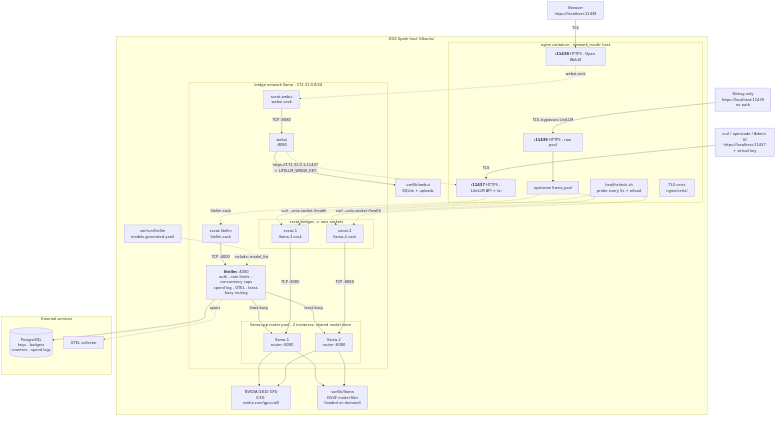
This is docs/diagrams/architecture.png from SpotDraft/llamacpp-serve, a Mermaid export, as it was before one commit. Its source is kept beside it as docs/diagrams/architecture.mmd.
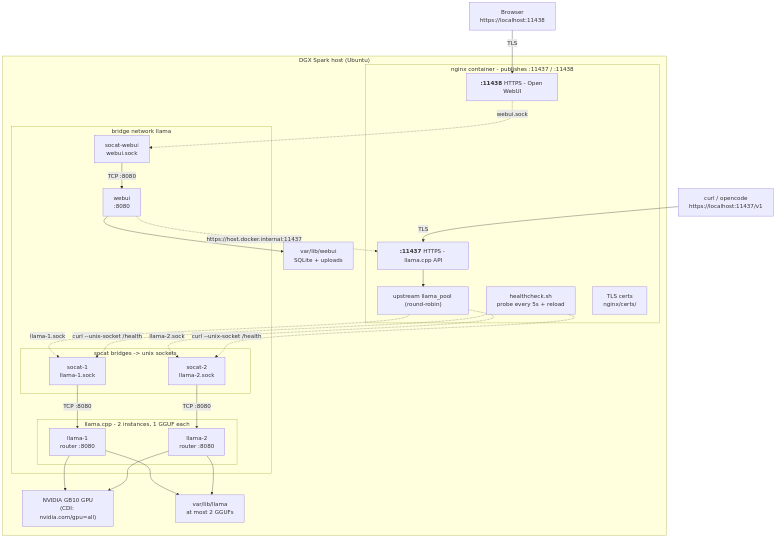
Later version of the same file.

What changed in the source:
```diff
@@ -1,68 +1,46 @@
 flowchart TD
-    CLI1["curl / opencode / Admin UI<br/>https://localhost:11437<br/>+ virtual key"]
+    CLI1["curl / opencode<br/>https://localhost:11437/v1"]
     CLI2["Browser<br/>https://localhost:11438"]
-    CLI3["Debug only<br/>https://localhost:11439<br/>no auth"]
 
     subgraph HOST["DGX Spark host (Ubuntu)"]
-        subgraph NGX["nginx container - network_mode: host"]
-            LS11437["<b>:11437</b> HTTPS - LiteLLM API + /ui"]
+        subgraph NGX["nginx container - publishes :11437 / :11438"]
+            LS11437["<b>:11437</b> HTTPS - llama.cpp API"]
             LS11438["<b>:11438</b> HTTPS - Open WebUI"]
-            LS11439["<b>:11439</b> HTTPS - raw pool"]
-            UP["upstream llama_pool"]
+            UP["upstream llama_pool (round-robin)"]
             HK["healthcheck.sh<br/>probe every 5s + reload"]
             CERTS["TLS certs<br/>nginx/certs/"]
         end
 
-        subgraph NET["bridge network llama - 172.31.0.0/24"]
-            SL["socat-litellm<br/>litellm.sock"]
-            LL["<b>litellm</b> :4000<br/>auth - rate limits - concurrency caps<br/>spend log - OTEL - least-busy routing"]
+        subgraph NET["bridge network llama"]
+            subgraph POOL["llama.cpp - 2 instances, 1 GGUF each"]
+                L1["llama-1<br/>router :8080"]
+                L2["llama-2<br/>router :8080"]
+            end
             subgraph SOC["socat bridges -> unix sockets"]
                 S1["socat-1<br/>llama-1.sock"]
                 S2["socat-2<br/>llama-2.sock"]
-            end
-            subgraph POOL["llama.cpp router pool - 2 instances, shared model store"]
-                L1["llama-1<br/>router :8080"]
-                L2["llama-2<br/>router :8080"]
             end
             W["webui<br/>:8080"]
             SW["socat-webui<br/>webui.sock"]
         end
 
         GPU["NVIDIA GB10 GPU<br/>(CDI: nvidia.com/gpu=all)"]
-        MODELS["var/lib/llama<br/>GGUF model files<br/>(loaded on demand)"]
-        GEN["var/run/litellm<br/>models.generated.yaml"]
+        MODELS["var/lib/llama<br/>at most 2 GGUFs"]
         DATA["var/lib/webui<br/>SQLite + uploads"]
-    end
-
-    subgraph EXT["External services"]
-        PG[("PostgreSQL<br/>keys - budgets<br/>counters - spend logs")]
-        OTEL["OTEL collector"]
     end
 
     CLI1 -->|TLS| LS11437
     CLI2 -->|TLS| LS11438
-    CLI3 -->|TLS, bypasses LiteLLM| LS11439
-
-    LS11437 -.->|litellm.sock| SL
-    SL -->|TCP :4000| LL
-    GEN -.->|include: model_list| LL
-    LL -->|least-busy| L1
-    LL -->|least-busy| L2
-    LL --> PG
-    LL -.->|spans| OTEL
-
+    LS11437 --> UP
+    UP -.->|llama-1.sock| S1
+    UP -.->|llama-2.sock| S2
     LS11438 -.->|webui.sock| SW
-    SW -->|TCP :8080| W
-    W -.->|https://172.31.0.1:11437<br/>+ LITELLM_WEBUI_KEY| LS11437
-    W --> DATA
-
-    LS11439 --> UP
-    UP -.-> S1
-    UP -.-> S2
     S1 -->|TCP :8080| L1
     S2 -->|TCP :8080| L2
+    SW -->|TCP :8080| W
+    W -.->|https://host.docker.internal:11437| LS11437
     HK -.->|curl --unix-socket /health| S1
     HK -.->|curl --unix-socket /health| S2
-
     L1 & L2 --> GPU
     L1 & L2 --> MODELS
+    W --> DATA
```
